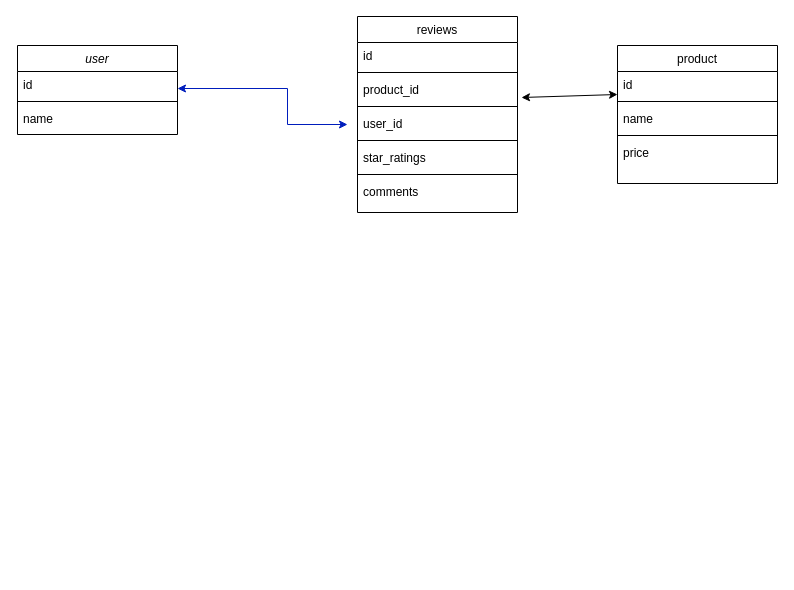
Above: Untitled Diagram.drawio in matsaina/drawio (draw.io), before the change. Source tidied: cells renumbered, new cells numbered last; positions are measured from the earlier drawing's top-left corner, leaving out a move shared by most shapes. Both pictures are drawn from the tidied source at 100%, with x=0, y=0 at pixel (17, 16).
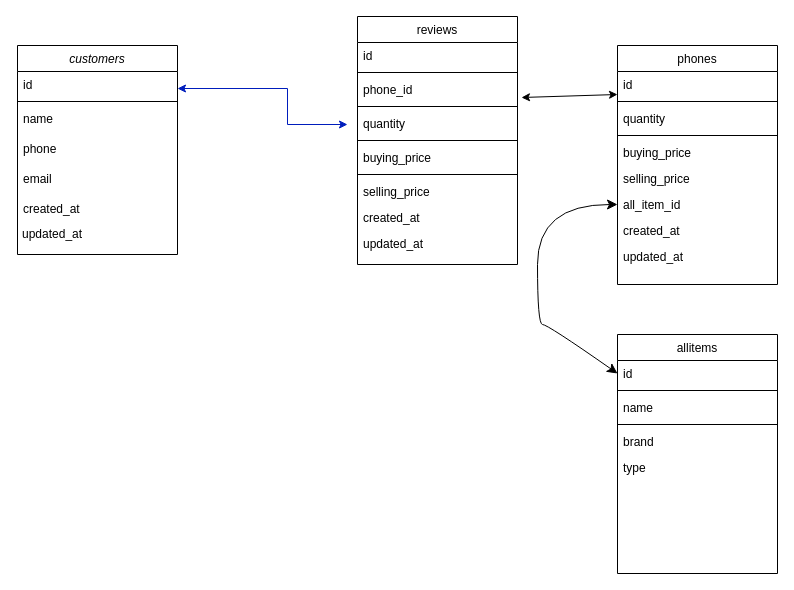
The same diagram, later.

Diff of the diagram source:
```diff
@@
-    <mxCell id="2" value="user" style="swimlane;fontStyle=2;align=center;verticalAlign=top;horizontal=1;startSize=26;rounded=0;shadow=0;strokeWidth=1;" parent="1" vertex="1">
-      <mxGeometry y="29" width="160" height="89" as="geometry" />
+    <mxCell id="2" value="customers" style="swimlane;fontStyle=2;align=center;verticalAlign=top;horizontal=1;startSize=26;rounded=0;shadow=0;strokeWidth=1;" parent="1" vertex="1">
+      <mxGeometry y="29" width="160" height="209" as="geometry" />
     </mxCell>
@@
     <mxCell id="5" value="name" style="text;align=left;verticalAlign=top;spacingLeft=4;spacingRight=4;overflow=hidden;" parent="2" vertex="1">
-      <mxGeometry y="60" width="160" height="26" as="geometry" />
+      <mxGeometry y="60" width="160" height="30" as="geometry" />
     </mxCell>
+    <mxCell id="24" value="phone" style="text;align=left;verticalAlign=top;spacingLeft=4;spacingRight=4;overflow=hidden;" parent="2" vertex="1">
+      <mxGeometry y="90" width="160" height="30" as="geometry" />
+    </mxCell>
+    <mxCell id="25" value="email" style="text;align=left;verticalAlign=top;spacingLeft=4;spacingRight=4;overflow=hidden;" parent="2" vertex="1">
+      <mxGeometry y="120" width="160" height="30" as="geometry" />
+    </mxCell>
+    <mxCell id="26" value="created_at" style="text;align=left;verticalAlign=top;spacingLeft=4;spacingRight=4;overflow=hidden;" parent="2" vertex="1">
+      <mxGeometry y="150" width="160" height="30" as="geometry" />
+    </mxCell>
-    <mxCell id="6" value="product" style="swimlane;fontStyle=0;align=center;verticalAlign=top;horizontal=1;startSize=26;rounded=0;shadow=0;strokeWidth=1;" parent="1" vertex="1">
-      <mxGeometry x="600" y="29" width="160" height="138" as="geometry" />
+    <mxCell id="6" value="phones" style="swimlane;fontStyle=0;align=center;verticalAlign=top;horizontal=1;startSize=26;rounded=0;shadow=0;strokeWidth=1;" parent="1" vertex="1">
+      <mxGeometry x="600" y="29" width="160" height="239" as="geometry" />
     </mxCell>
@@
-    <mxCell id="9" value="name" style="text;align=left;verticalAlign=top;spacingLeft=4;spacingRight=4;overflow=hidden;" parent="6" vertex="1">
+    <mxCell id="9" value="quantity" style="text;align=left;verticalAlign=top;spacingLeft=4;spacingRight=4;overflow=hidden;" parent="6" vertex="1">
       <mxGeometry y="60" width="160" height="26" as="geometry" />
     </mxCell>
@@
-    <mxCell id="11" value="price" style="text;align=left;verticalAlign=top;spacingLeft=4;spacingRight=4;overflow=hidden;" parent="6" vertex="1">
+    <mxCell id="11" value="buying_price" style="text;align=left;verticalAlign=top;spacingLeft=4;spacingRight=4;overflow=hidden;" parent="6" vertex="1">
       <mxGeometry y="94" width="160" height="26" as="geometry" />
     </mxCell>
+    <mxCell id="27" value="selling_price" style="text;align=left;verticalAlign=top;spacingLeft=4;spacingRight=4;overflow=hidden;" parent="6" vertex="1">
+      <mxGeometry y="120" width="160" height="26" as="geometry" />
+    </mxCell>
+    <mxCell id="28" value="all_item_id" style="text;align=left;verticalAlign=top;spacingLeft=4;spacingRight=4;overflow=hidden;points=[[0,0.5],[1,0.5]];portConstraint=eastwest;" parent="6" vertex="1">
+      <mxGeometry y="146" width="160" height="26" as="geometry" />
+    </mxCell>
+    <mxCell id="29" value="created_at" style="text;align=left;verticalAlign=top;spacingLeft=4;spacingRight=4;overflow=hidden;" parent="6" vertex="1">
+      <mxGeometry y="172" width="160" height="26" as="geometry" />
+    </mxCell>
+    <mxCell id="30" value="updated_at" style="text;align=left;verticalAlign=top;spacingLeft=4;spacingRight=4;overflow=hidden;" parent="6" vertex="1">
+      <mxGeometry y="198" width="160" height="26" as="geometry" />
+    </mxCell>
     <mxCell id="12" value="reviews" style="swimlane;fontStyle=0;align=center;verticalAlign=top;horizontal=1;startSize=26;rounded=0;shadow=0;strokeWidth=1;" parent="1" vertex="1">
-      <mxGeometry x="340" width="160" height="196" as="geometry" />
+      <mxGeometry x="340" width="160" height="248" as="geometry" />
     </mxCell>
@@
-    <mxCell id="15" value="product_id" style="text;align=left;verticalAlign=top;spacingLeft=4;spacingRight=4;overflow=hidden;points=[[0,0.5],[1,0.5]];portConstraint=eastwest;rounded=0;shadow=0;html=0;" parent="12" vertex="1">
+    <mxCell id="15" value="phone_id" style="text;align=left;verticalAlign=top;spacingLeft=4;spacingRight=4;overflow=hidden;points=[[0,0.5],[1,0.5]];portConstraint=eastwest;rounded=0;shadow=0;html=0;" parent="12" vertex="1">
       <mxGeometry y="60" width="160" height="26" as="geometry" />
     </mxCell>
@@
-    <mxCell id="17" value="user_id" style="text;align=left;verticalAlign=top;spacingLeft=4;spacingRight=4;overflow=hidden;rounded=0;shadow=0;html=0;" parent="12" vertex="1">
+    <mxCell id="17" value="quantity" style="text;align=left;verticalAlign=top;spacingLeft=4;spacingRight=4;overflow=hidden;rounded=0;shadow=0;html=0;" parent="12" vertex="1">
       <mxGeometry y="94" width="160" height="26" as="geometry" />
     </mxCell>
@@
-    <mxCell id="19" value="star_ratings" style="text;align=left;verticalAlign=top;spacingLeft=4;spacingRight=4;overflow=hidden;rounded=0;shadow=0;html=0;" parent="12" vertex="1">
+    <mxCell id="19" value="buying_price" style="text;align=left;verticalAlign=top;spacingLeft=4;spacingRight=4;overflow=hidden;rounded=0;shadow=0;html=0;" parent="12" vertex="1">
       <mxGeometry y="128" width="160" height="26" as="geometry" />
     </mxCell>
@@
-    <mxCell id="21" value="comments" style="text;align=left;verticalAlign=top;spacingLeft=4;spacingRight=4;overflow=hidden;rounded=0;shadow=0;html=0;" parent="12" vertex="1">
+    <mxCell id="21" value="selling_price" style="text;align=left;verticalAlign=top;spacingLeft=4;spacingRight=4;overflow=hidden;rounded=0;shadow=0;html=0;" parent="12" vertex="1">
       <mxGeometry y="162" width="160" height="26" as="geometry" />
     </mxCell>
+    <mxCell id="31" value="created_at" style="text;align=left;verticalAlign=top;spacingLeft=4;spacingRight=4;overflow=hidden;rounded=0;shadow=0;html=0;" parent="12" vertex="1">
+      <mxGeometry y="188" width="160" height="26" as="geometry" />
+    </mxCell>
+    <mxCell id="32" value="updated_at" style="text;align=left;verticalAlign=top;spacingLeft=4;spacingRight=4;overflow=hidden;rounded=0;shadow=0;html=0;" parent="12" vertex="1">
+      <mxGeometry y="214" width="160" height="26" as="geometry" />
+    </mxCell>
@@
+    <mxCell id="33" value="updated_at" style="text;align=left;verticalAlign=top;spacingLeft=4;spacingRight=4;overflow=hidden;" parent="1" vertex="1">
+      <mxGeometry x="-1" y="204" width="160" height="30" as="geometry" />
+    </mxCell>
+    <mxCell id="34" value="allitems" style="swimlane;fontStyle=0;align=center;verticalAlign=top;horizontal=1;startSize=26;rounded=0;shadow=0;strokeWidth=1;" parent="1" vertex="1">
+      <mxGeometry x="600" y="318" width="160" height="239" as="geometry" />
+    </mxCell>
+    <mxCell id="35" value="id" style="text;align=left;verticalAlign=top;spacingLeft=4;spacingRight=4;overflow=hidden;points=[[0,0.5],[1,0.5]];portConstraint=eastwest;" parent="34" vertex="1">
+      <mxGeometry y="26" width="160" height="26" as="geometry" />
+    </mxCell>
+    <mxCell id="36" style="line;html=1;strokeWidth=1;align=left;verticalAlign=middle;spacingTop=-1;spacingLeft=3;spacingRight=3;labelPosition=right;" parent="34" vertex="1">
+      <mxGeometry y="52" width="160" height="8" as="geometry" />
+    </mxCell>
+    <mxCell id="37" value="name" style="text;align=left;verticalAlign=top;spacingLeft=4;spacingRight=4;overflow=hidden;" parent="34" vertex="1">
+      <mxGeometry y="60" width="160" height="26" as="geometry" />
+    </mxCell>
+    <mxCell id="38" style="line;html=1;strokeWidth=1;align=left;verticalAlign=middle;spacingTop=-1;spacingLeft=3;spacingRight=3;labelPosition=right;" parent="34" vertex="1">
+      <mxGeometry y="86" width="160" height="8" as="geometry" />
+    </mxCell>
+    <mxCell id="39" value="brand" style="text;align=left;verticalAlign=top;spacingLeft=4;spacingRight=4;overflow=hidden;" parent="34" vertex="1">
+      <mxGeometry y="94" width="160" height="26" as="geometry" />
+    </mxCell>
+    <mxCell id="40" value="type" style="text;align=left;verticalAlign=top;spacingLeft=4;spacingRight=4;overflow=hidden;" parent="34" vertex="1">
+      <mxGeometry y="120" width="160" height="26" as="geometry" />
+    </mxCell>
+    <mxCell id="41" style="edgeStyle=none;curved=1;rounded=0;orthogonalLoop=1;jettySize=auto;html=1;exitX=0.5;exitY=0;exitDx=0;exitDy=0;fontSize=12;startSize=8;endSize=8;" parent="1" edge="1" source="34" target="34">
+      <mxGeometry relative="1" as="geometry" />
+    </mxCell>
+    <mxCell id="42" style="endArrow=classic;startArrow=classic;html=1;rounded=0;fontSize=12;startSize=8;endSize=8;curved=1;entryX=0;entryY=0.5;entryDx=0;entryDy=0;exitX=0;exitY=0.5;exitDx=0;exitDy=0;" parent="1" edge="1" source="35" target="28">
+      <mxGeometry relative="1" as="geometry">
+        <Array as="points">
+          <mxPoint x="530" y="308" />
+          <mxPoint x="520" y="308" />
+          <mxPoint x="520" y="188" />
+        </Array>
+      </mxGeometry>
+    </mxCell>
```
